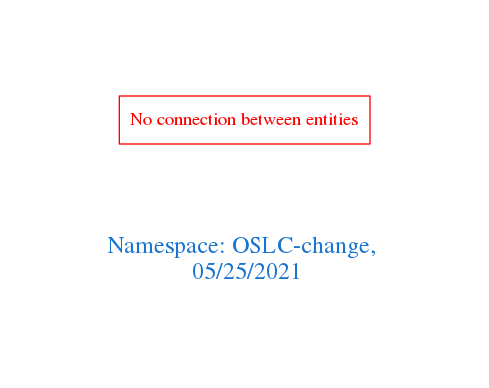
Above: downloads/OSLC-change.png in arago/OGIT (Graphviz), before the change. Its source is kept beside it as downloads/OSLC-change.dot.
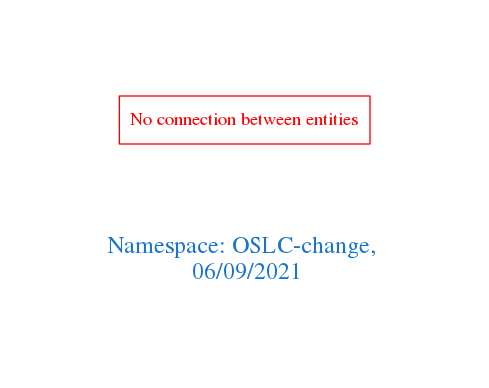
Later version of the same file.

Diff of the diagram source:
```diff
@@ -1,7 +1,7 @@
 digraph OGIT_ontology {
  graph [ rankdir= LR,pad=1
 fontsize = 18,
-fontcolor= dodgerblue3,label = "\n\n\nNamespace: OSLC-change, \n 05/25/2021"];
+fontcolor= dodgerblue3,label = "\n\n\nNamespace: OSLC-change, \n 06/09/2021"];
 node[shape=polygon];
 edge [  color="gray81"];
 
```
